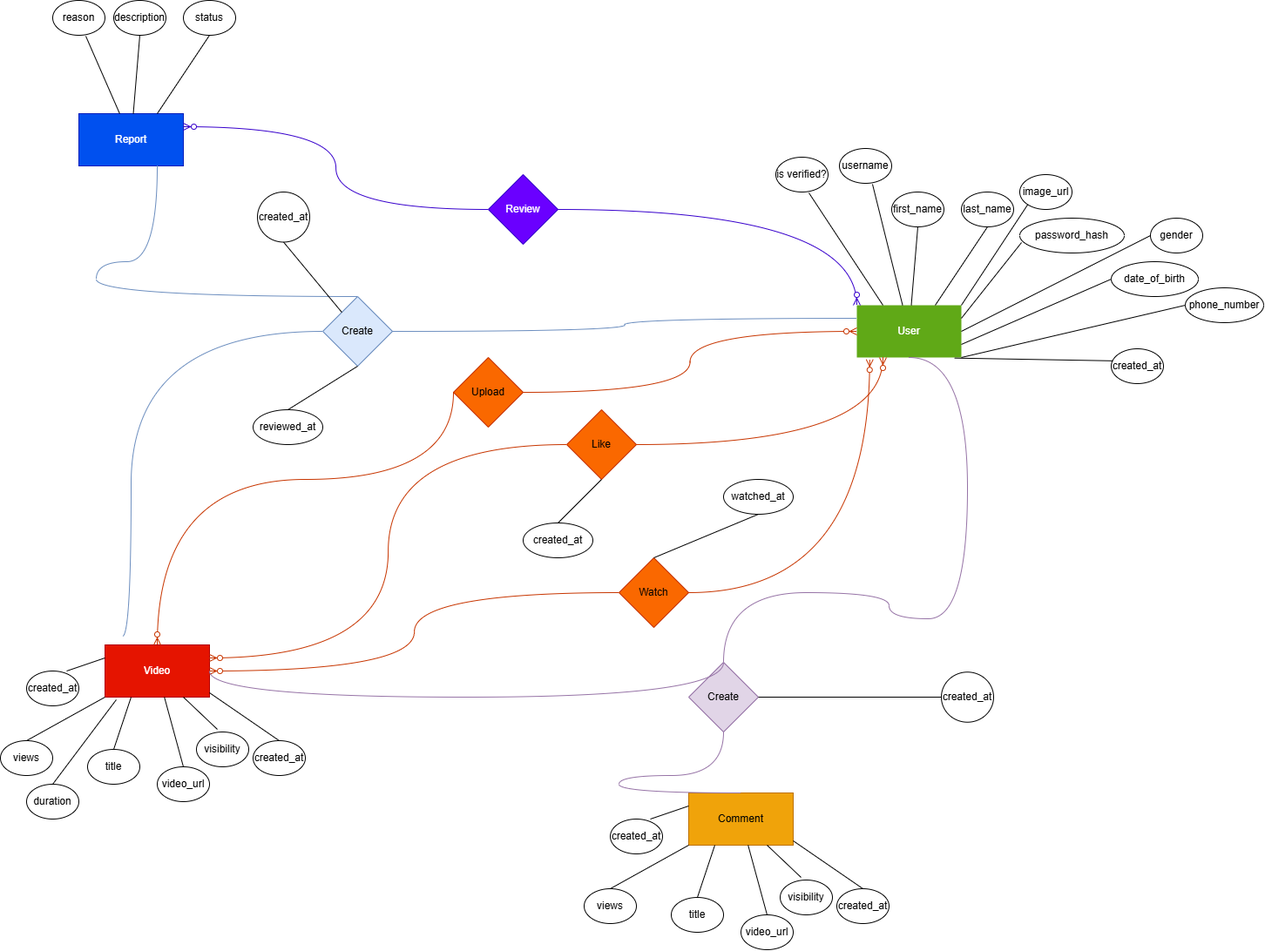
The draw.io diagram Docs/ERD/_مخطط دون اسم_.drawio.png in Mahmoud0-0Salah/YouTube_MVC, before a commit. Source tidied: cells renumbered, new cells last; positions are measured from the earlier drawing's top-left corner, leaving out a move shared by most shapes.
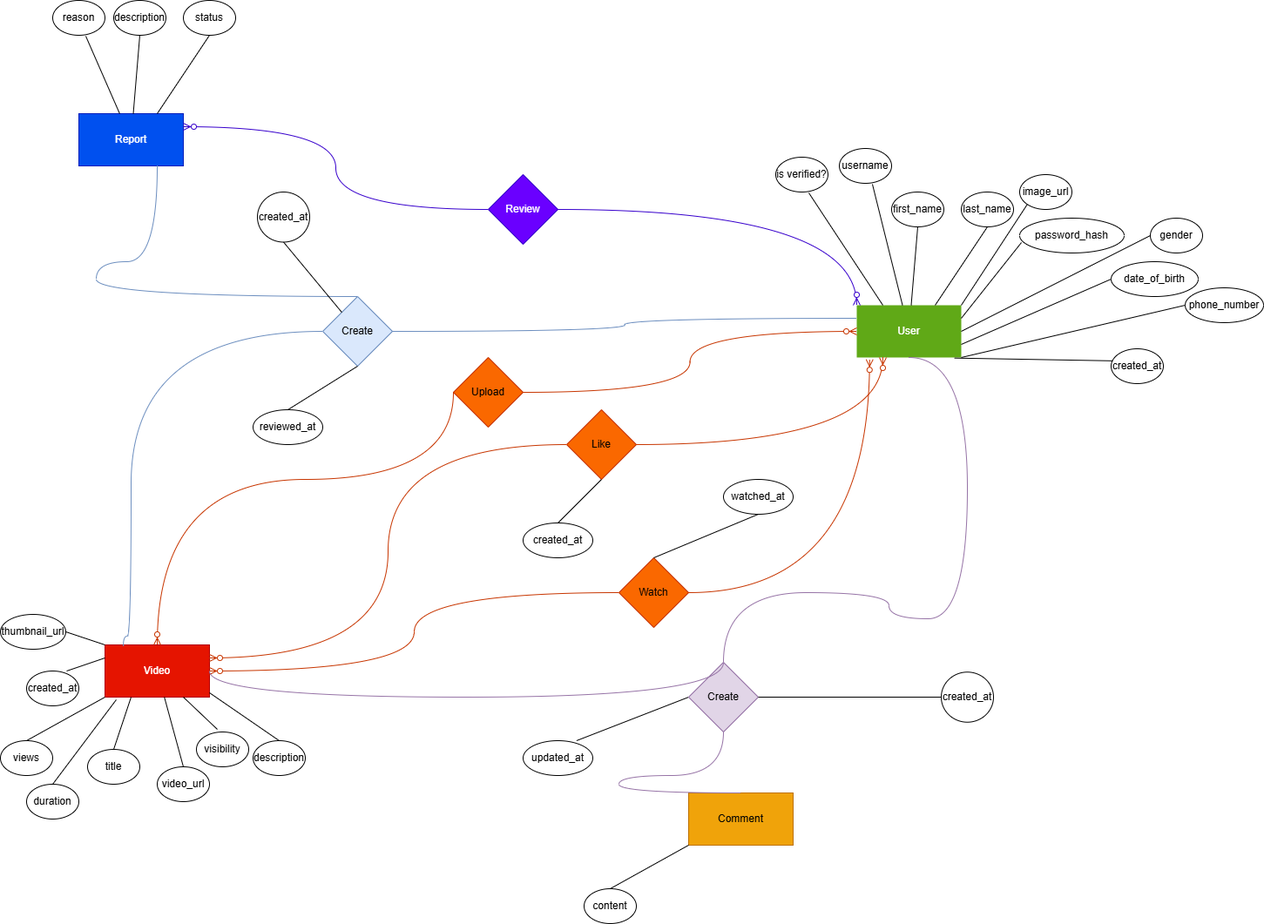
After the commit.

Diff of the diagram source:
```diff
@@ -92,7 +92,7 @@
     <mxCell id="31" style="endArrow=none;html=1;rounded=0;exitX=0.75;exitY=1;exitDx=0;exitDy=0;entryX=0.4;entryY=-0.075;entryDx=0;entryDy=0;entryPerimeter=0;" parent="1" edge="1" source="26" target="36">
       <mxGeometry relative="1" as="geometry" />
     </mxCell>
-    <mxCell id="32" value="created_at" style="ellipse;whiteSpace=wrap;html=1;" parent="1" vertex="1">
+    <mxCell id="32" value="description" style="ellipse;whiteSpace=wrap;html=1;" parent="1" vertex="1">
       <mxGeometry x="290" y="850" width="60" height="40" as="geometry" />
     </mxCell>
     <mxCell id="33" value="video_url" style="ellipse;whiteSpace=wrap;html=1;" parent="1" vertex="1">
@@ -159,10 +159,10 @@
     <mxCell id="51" style="endArrow=none;html=1;rounded=0;edgeStyle=orthogonalEdgeStyle;curved=1;entryX=1;entryY=0.5;entryDx=0;entryDy=0;exitX=0;exitY=0.25;exitDx=0;exitDy=0;fillColor=#dae8fc;strokeColor=#6c8ebf;" parent="1" edge="1" source="2" target="50">
       <mxGeometry relative="1" as="geometry" />
     </mxCell>
-    <mxCell id="52" style="endArrow=none;html=1;rounded=0;edgeStyle=orthogonalEdgeStyle;curved=1;fillColor=#dae8fc;strokeColor=#6c8ebf;entryX=0;entryY=0.5;entryDx=0;entryDy=0;" parent="1" edge="1" target="50">
+    <mxCell id="52" style="endArrow=none;html=1;rounded=0;edgeStyle=orthogonalEdgeStyle;curved=1;fillColor=#dae8fc;strokeColor=#6c8ebf;entryX=0;entryY=0.5;entryDx=0;entryDy=0;exitX=0.175;exitY=0.033;exitDx=0;exitDy=0;exitPerimeter=0;" parent="1" edge="1" source="26" target="50">
       <mxGeometry relative="1" as="geometry">
-        <mxPoint x="140" y="730" as="sourcePoint" />
         <Array as="points">
+          <mxPoint x="141" y="730" />
           <mxPoint x="150" y="730" />
           <mxPoint x="150" y="380" />
         </Array>
@@ -200,39 +200,13 @@
     <mxCell id="61" value="Comment" style="rounded=0;whiteSpace=wrap;html=1;fillColor=#f0a30a;fontColor=#000000;strokeColor=#BD7000;glass=0;shadow=0;" parent="1" vertex="1">
       <mxGeometry x="790" y="910" width="120" height="60" as="geometry" />
     </mxCell>
-    <mxCell id="62" value="title" style="ellipse;whiteSpace=wrap;html=1;" parent="1" vertex="1">
-      <mxGeometry x="770" y="1030" width="60" height="40" as="geometry" />
-    </mxCell>
-    <mxCell id="63" style="endArrow=none;html=1;rounded=0;entryX=0.5;entryY=0;entryDx=0;entryDy=0;exitX=0.25;exitY=1;exitDx=0;exitDy=0;" parent="1" edge="1" source="61" target="62">
-      <mxGeometry relative="1" as="geometry" />
-    </mxCell>
-    <mxCell id="64" value="created_at" style="ellipse;whiteSpace=wrap;html=1;" parent="1" vertex="1">
-      <mxGeometry x="700" y="940" width="60" height="40" as="geometry" />
+    <mxCell id="64" value="updated_at" style="ellipse;whiteSpace=wrap;html=1;" parent="1" vertex="1">
+      <mxGeometry x="600" y="850" width="80" height="40" as="geometry" />
     </mxCell>
-    <mxCell id="65" style="endArrow=none;html=1;rounded=0;entryX=0.767;entryY=0;entryDx=0;entryDy=0;exitX=0;exitY=0.25;exitDx=0;exitDy=0;entryPerimeter=0;" parent="1" edge="1" source="61" target="64">
+    <mxCell id="65" style="endArrow=none;html=1;rounded=0;entryX=0.767;entryY=0;entryDx=0;entryDy=0;exitX=0;exitY=0.5;exitDx=0;exitDy=0;entryPerimeter=0;" parent="1" edge="1" source="82" target="64">
       <mxGeometry relative="1" as="geometry" />
     </mxCell>
-    <mxCell id="66" style="endArrow=none;html=1;rounded=0;exitX=0.75;exitY=1;exitDx=0;exitDy=0;entryX=0.4;entryY=-0.075;entryDx=0;entryDy=0;entryPerimeter=0;" parent="1" edge="1" source="61" target="71">
-      <mxGeometry relative="1" as="geometry" />
-    </mxCell>
-    <mxCell id="67" value="created_at" style="ellipse;whiteSpace=wrap;html=1;" parent="1" vertex="1">
-      <mxGeometry x="960" y="1020" width="60" height="40" as="geometry" />
-    </mxCell>
-    <mxCell id="68" value="video_url" style="ellipse;whiteSpace=wrap;html=1;" parent="1" vertex="1">
-      <mxGeometry x="850" y="1050" width="60" height="40" as="geometry" />
-    </mxCell>
-    <mxCell id="69" style="endArrow=none;html=1;rounded=0;entryX=1;entryY=1;entryDx=0;entryDy=0;exitX=0.5;exitY=0;exitDx=0;exitDy=0;" parent="1" edge="1" source="67">
-      <mxGeometry relative="1" as="geometry">
-        <mxPoint x="910" y="965" as="targetPoint" />
-      </mxGeometry>
-    </mxCell>
-    <mxCell id="70" style="endArrow=none;html=1;rounded=0;entryX=0.5;entryY=0;entryDx=0;entryDy=0;" parent="1" edge="1" source="61" target="68">
-      <mxGeometry relative="1" as="geometry" />
-    </mxCell>
-    <mxCell id="71" value="visibility" style="ellipse;whiteSpace=wrap;html=1;" parent="1" vertex="1">
-      <mxGeometry x="895" y="1010" width="60" height="40" as="geometry" />
-    </mxCell>
-    <mxCell id="72" value="views" style="ellipse;whiteSpace=wrap;html=1;" parent="1" vertex="1">
+    <mxCell id="72" value="content" style="ellipse;whiteSpace=wrap;html=1;" parent="1" vertex="1">
       <mxGeometry x="670" y="1020" width="60" height="40" as="geometry" />
     </mxCell>
     <mxCell id="73" style="endArrow=none;html=1;rounded=0;entryX=0.5;entryY=0;entryDx=0;entryDy=0;exitX=0;exitY=1;exitDx=0;exitDy=0;" parent="1" edge="1" source="61" target="72">
@@ -299,5 +273,11 @@
         </Array>
       </mxGeometry>
     </mxCell>
+    <mxCell id="88" value="thumbnail_url" style="ellipse;whiteSpace=wrap;html=1;" parent="1" vertex="1">
+      <mxGeometry y="705" width="75" height="40" as="geometry" />
+    </mxCell>
+    <mxCell id="89" style="endArrow=none;html=1;rounded=0;entryX=1;entryY=0.5;entryDx=0;entryDy=0;exitX=0;exitY=0;exitDx=0;exitDy=0;" parent="1" edge="1" source="26" target="88">
+      <mxGeometry relative="1" as="geometry" />
+    </mxCell>
   </root>
 </mxGraphModel>
```
